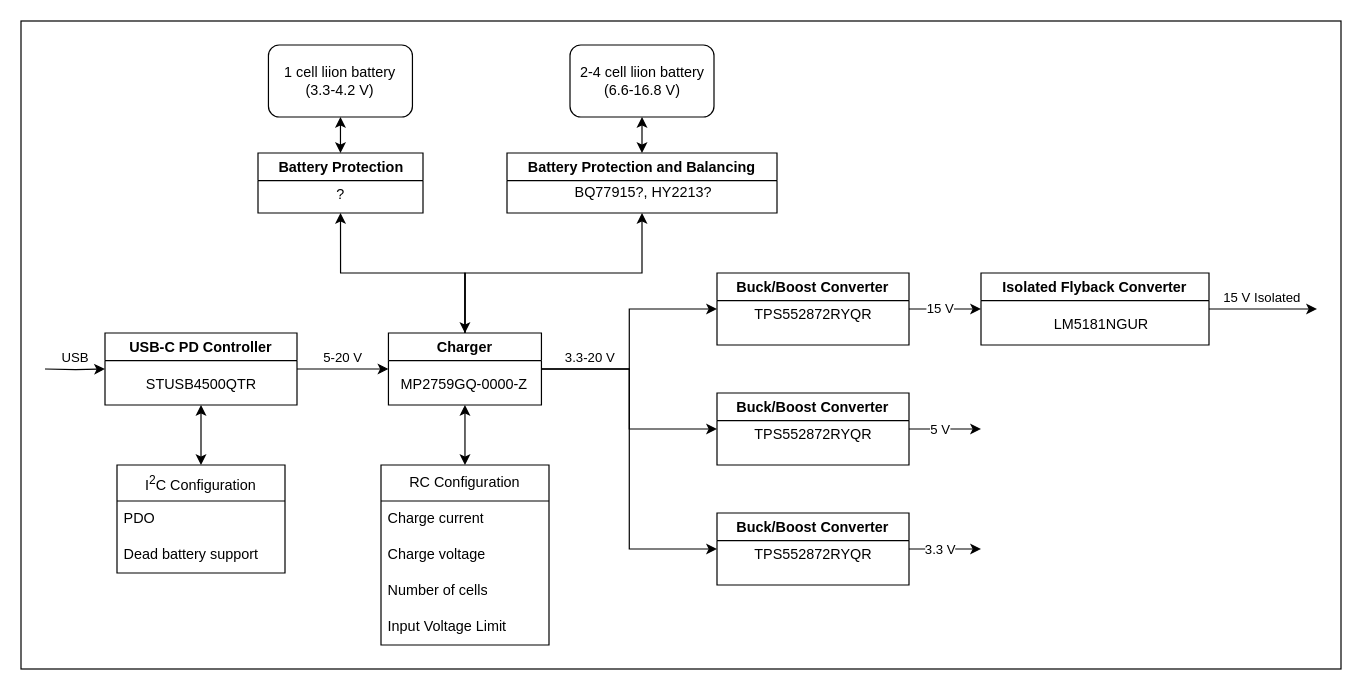
This is block_diagrams/power_supply.drawio from nicholasnloehrke/87s_research, a draw.io file, before an edit. Source tidied: cells renumbered, new cells numbered last; positions are measured from the earlier drawing's top-left corner, leaving out a move shared by most shapes. Both pictures are drawn from the tidied source at 120%, with x=0, y=0 at pixel (20, 20).
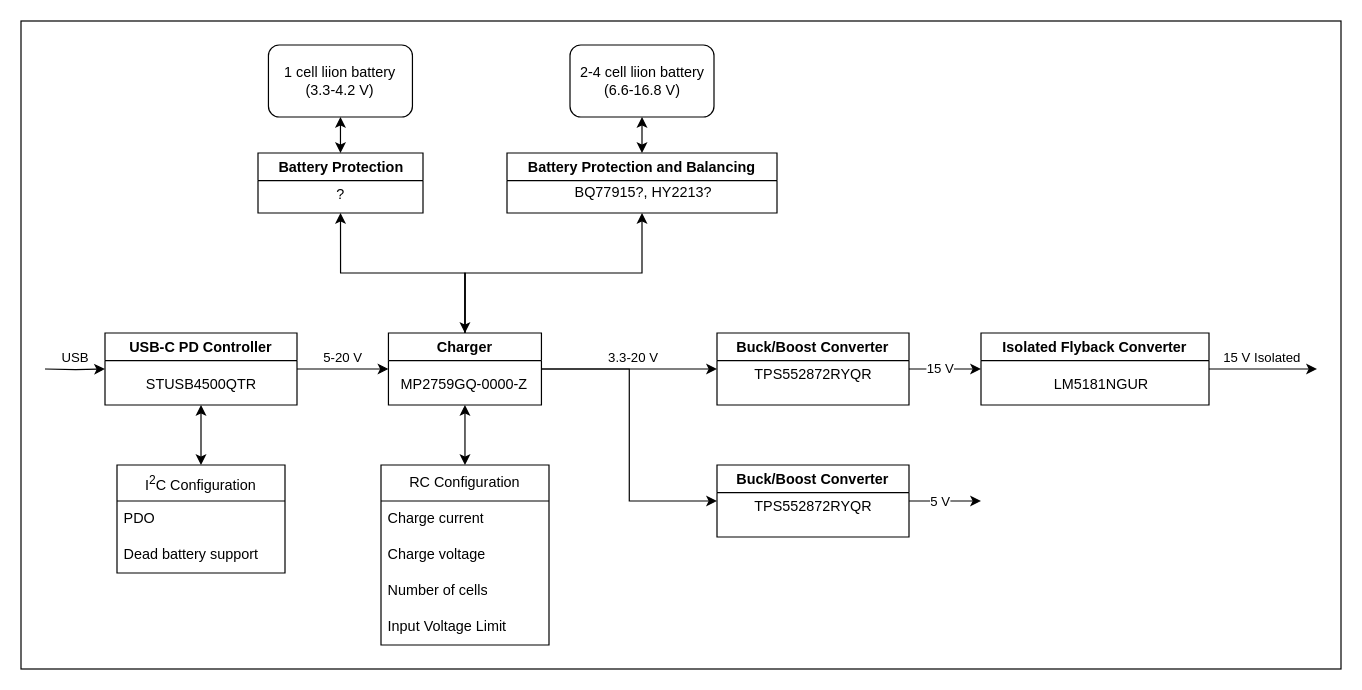
The same page after the edit.

Commit message (it also covers changes not shown here):
psu: Remove 3V3 buck-boost stage

Unchanged cells that the change refers to:
```xml
<mxCell id="8" style="edgeStyle=orthogonalEdgeStyle;rounded=0;jettySize=auto;html=1;exitX=1;exitY=0.5;exitDx=0;exitDy=0;entryX=0;entryY=0.5;entryDx=0;entryDy=0;" parent="1" edge="1" source="14" target="22">
  <mxGeometry relative="1" as="geometry" />
</mxCell>
<mxCell id="14" value="Charger" style="swimlane;whiteSpace=wrap;html=1;" parent="1" vertex="1">
  <mxGeometry x="306.2" y="260" width="127.5" height="60" as="geometry" />
</mxCell>
```

What changed in the source:
```diff
@@
+    <mxCell id="51" style="rounded=0;whiteSpace=wrap;html=1;fillColor=none;" parent="1" vertex="1">
+      <mxGeometry width="1100" height="540" as="geometry" />
+    </mxCell>
@@
     <mxCell id="9" value="3.3-20 V" style="edgeLabel;html=1;align=center;verticalAlign=middle;" parent="8" vertex="1">
       <mxGeometry x="-0.69" y="-4" relative="1" as="geometry">
-        <mxPoint x="10" y="-14" as="offset" />
+        <mxPoint x="53" y="-14" as="offset" />
       </mxGeometry>
     </mxCell>
@@
-    <mxCell id="13" style="edgeStyle=orthogonalEdgeStyle;rounded=0;jettySize=auto;html=1;entryX=0;entryY=0.5;entryDx=0;entryDy=0;" parent="1" edge="1" source="14" target="47">
-      <mxGeometry relative="1" as="geometry" />
-    </mxCell>
@@
     <mxCell id="22" value="Buck/Boost Converter" style="swimlane;whiteSpace=wrap;html=1;" parent="1" vertex="1">
-      <mxGeometry x="580" y="210" width="160" height="60" as="geometry" />
+      <mxGeometry x="580" y="260" width="160" height="60" as="geometry" />
     </mxCell>
@@
     <mxCell id="24" style="edgeStyle=orthogonalEdgeStyle;rounded=0;jettySize=auto;html=1;exitX=1;exitY=0.5;exitDx=0;exitDy=0;" parent="1" edge="1" source="26">
       <mxGeometry relative="1" as="geometry">
-        <mxPoint x="1080" y="240" as="targetPoint" />
+        <mxPoint x="1080" y="290" as="targetPoint" />
       </mxGeometry>
     </mxCell>
@@
     <mxCell id="26" value="Isolated Flyback Converter" style="swimlane;whiteSpace=wrap;html=1;" parent="1" vertex="1">
-      <mxGeometry x="800" y="210" width="190" height="60" as="geometry" />
+      <mxGeometry x="800" y="260" width="190" height="60" as="geometry" />
     </mxCell>
     <mxCell id="27" style="edgeStyle=orthogonalEdgeStyle;rounded=0;orthogonalLoop=1;jettySize=auto;html=1;exitX=1;exitY=0.5;exitDx=0;exitDy=0;" parent="1" edge="1">
       <mxGeometry relative="1" as="geometry">
-        <mxPoint x="740" y="340" as="sourcePoint" />
-        <mxPoint x="800" y="340" as="targetPoint" />
+        <mxPoint x="740" y="400" as="sourcePoint" />
+        <mxPoint x="800" y="400" as="targetPoint" />
       </mxGeometry>
     </mxCell>
@@
     <mxCell id="29" value="Buck/Boost Converter" style="swimlane;whiteSpace=wrap;html=1;" parent="1" vertex="1">
-      <mxGeometry x="580" y="310" width="160" height="60" as="geometry" />
+      <mxGeometry x="580" y="370" width="160" height="60" as="geometry" />
     </mxCell>
@@
     <mxCell id="45" value="LM5181NGUR" style="text;html=1;align=center;verticalAlign=middle;strokeColor=none;fillColor=none;" parent="1" vertex="1">
-      <mxGeometry x="850" y="238" width="100" height="30" as="geometry" />
+      <mxGeometry x="850" y="288" width="100" height="30" as="geometry" />
     </mxCell>
@@
-    <mxCell id="47" value="Buck/Boost Converter" style="swimlane;whiteSpace=wrap;html=1;" parent="1" vertex="1">
-      <mxGeometry x="580" y="410" width="160" height="60" as="geometry" />
-    </mxCell>
-    <mxCell id="48" value="TPS552872RYQR" style="text;html=1;align=center;verticalAlign=middle;strokeColor=none;fillColor=none;" parent="47" vertex="1">
-      <mxGeometry x="20" y="20" width="120" height="30" as="geometry" />
-    </mxCell>
-    <mxCell id="49" style="edgeStyle=orthogonalEdgeStyle;rounded=0;jettySize=auto;html=1;exitX=1;exitY=0.5;exitDx=0;exitDy=0;" parent="1" edge="1" source="47">
-      <mxGeometry relative="1" as="geometry">
-        <mxPoint x="800" y="440" as="targetPoint" />
-        <Array as="points">
-          <mxPoint x="800" y="440" />
-        </Array>
-      </mxGeometry>
-    </mxCell>
-    <mxCell id="50" value="3.3 V" style="edgeLabel;html=1;align=center;verticalAlign=middle;" parent="49" vertex="1">
-      <mxGeometry x="0.21" relative="1" as="geometry">
-        <mxPoint x="-11" as="offset" />
-      </mxGeometry>
-    </mxCell>
-    <mxCell id="51" style="rounded=0;whiteSpace=wrap;html=1;fillColor=none;" parent="1" vertex="1">
-      <mxGeometry width="1100" height="540" as="geometry" />
-    </mxCell>
```
